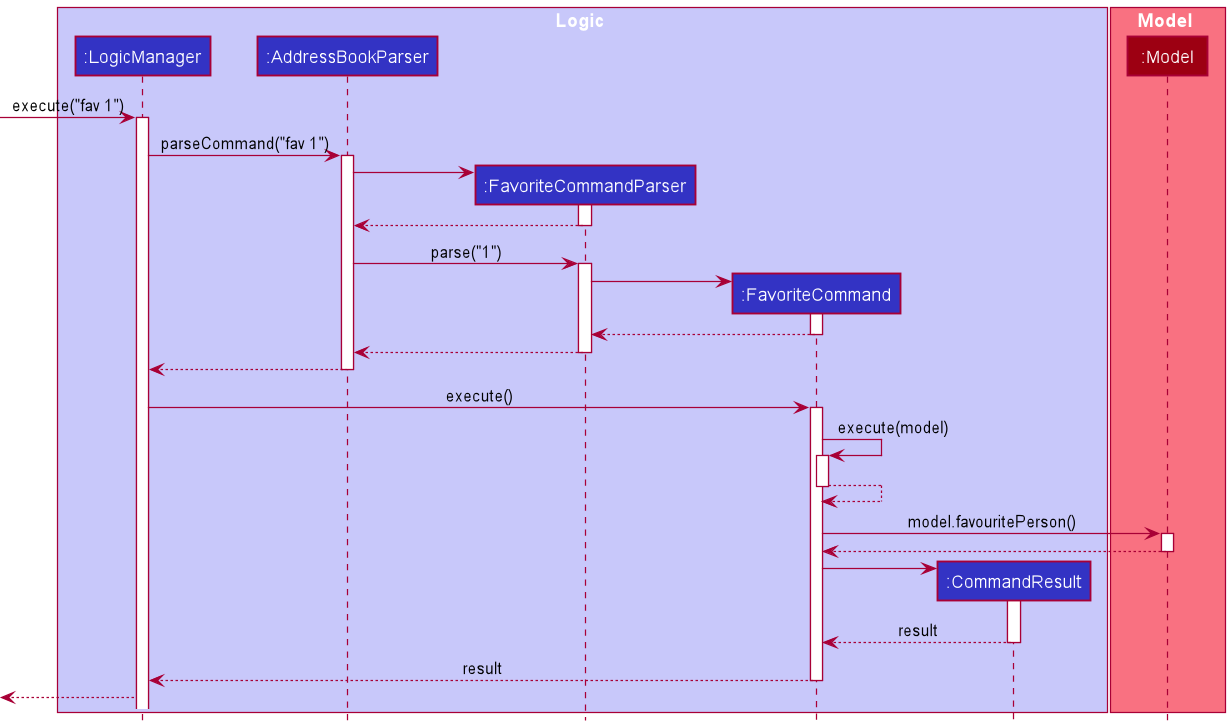
Earlier version of the PlantUML export docs/images/FavoriteSequenceDiagram.png (nus-cs2103-AY2122S1/tp).
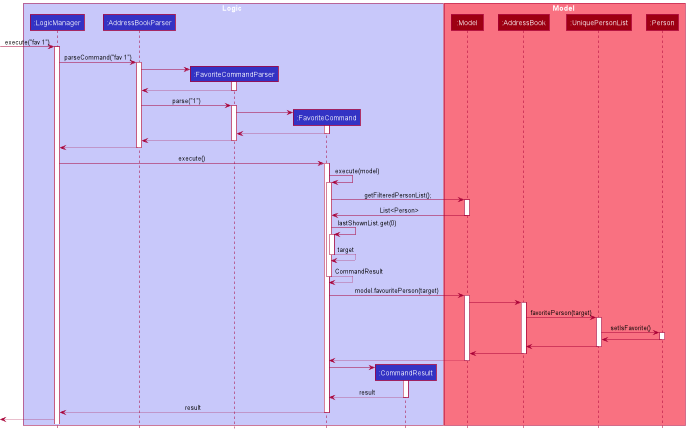
After the change.

What changed in the source:
```diff
@@ -11,6 +11,9 @@
 
 box Model MODEL_COLOR_T1
 participant ":Model" as Model MODEL_COLOR
+participant ":AddressBook" as AddressBook MODEL_COLOR
+participant ":UniquePersonList" as UniquePersonList MODEL_COLOR
+participant ":Person" as Person MODEL_COLOR
 end box
 
 [-> LogicManager : execute("fav 1")
@@ -47,11 +50,43 @@
 
 FavoriteCommand -> FavoriteCommand : execute(model)
 activate FavoriteCommand
-FavoriteCommand --> FavoriteCommand :
+
+FavoriteCommand -> Model : getFilteredPersonList();
+activate Model
+
+Model -> FavoriteCommand : List<Person>
+deactivate Model
+
+FavoriteCommand -> FavoriteCommand : lastShownList.get(0)
+activate FavoriteCommand
+
+FavoriteCommand --> FavoriteCommand : target
 deactivate FavoriteCommand
 
-FavoriteCommand -> Model : model.favouritePerson()
+FavoriteCommand --> FavoriteCommand : CommandResult
+deactivate FavoriteCommand
+
+FavoriteCommand -> Model : model.favouritePerson(target)
 activate Model
+
+Model -> AddressBook
+activate AddressBook
+
+AddressBook -> UniquePersonList : favoritePerson(target)
+activate UniquePersonList
+
+UniquePersonList -> Person : setIsFavorite()
+activate Person
+
+Person -> UniquePersonList :
+deactivate Person
+
+UniquePersonList -> AddressBook :
+deactivate UniquePersonList
+
+AddressBook -> Model :
+deactivate AddressBook
+
 Model --> FavoriteCommand :
 deactivate Model
 
```
